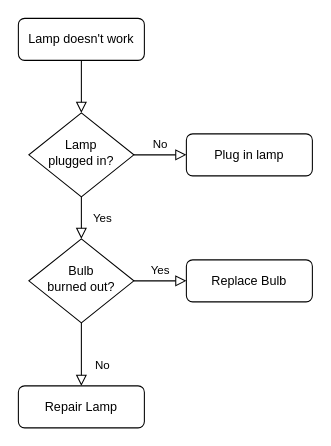
This is 未命名绘图.drawio from AndyLiao2015/TestGit, a draw.io file, before an edit. Source tidied: cells renumbered, new cells numbered last; positions are measured from the earlier drawing's top-left corner, leaving out a move shared by most shapes. Both pictures are drawn from the tidied source at 105%, with x=0, y=0 at pixel (18, 18).
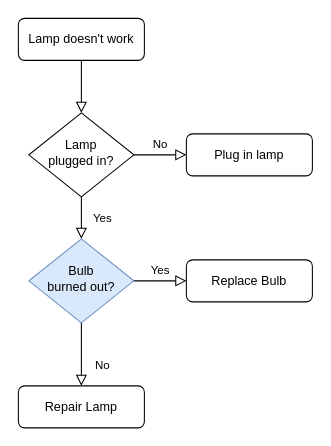
After the change.

Change to the diagram source:
```diff
@@
 <mxGraphModel>
   <root>
     <mxCell id="0" />
     <mxCell id="1" parent="0" />
     <mxCell id="2" style="rounded=0;html=1;jettySize=auto;fontSize=11;endArrow=block;endFill=0;endSize=8;strokeWidth=1;shadow=0;labelBackgroundColor=none;edgeStyle=orthogonalEdgeStyle;" parent="1" edge="1" source="3" target="6">
       <mxGeometry relative="1" as="geometry" />
     </mxCell>
     <mxCell id="3" value="Lamp doesn't work" style="rounded=1;whiteSpace=wrap;html=1;fontSize=12;glass=0;strokeWidth=1;shadow=0;" parent="1" vertex="1">
       <mxGeometry width="120" height="40" as="geometry" />
     </mxCell>
     <mxCell id="4" value="Yes" style="rounded=0;html=1;jettySize=auto;fontSize=11;endArrow=block;endFill=0;endSize=8;strokeWidth=1;shadow=0;labelBackgroundColor=none;edgeStyle=orthogonalEdgeStyle;" parent="1" edge="1" source="6" target="10">
       <mxGeometry y="20" relative="1" as="geometry" />
     </mxCell>
     <mxCell id="5" value="No" style="edgeStyle=orthogonalEdgeStyle;rounded=0;html=1;jettySize=auto;fontSize=11;endArrow=block;endFill=0;endSize=8;strokeWidth=1;shadow=0;labelBackgroundColor=none;" parent="1" edge="1" source="6" target="7">
       <mxGeometry y="10" relative="1" as="geometry" />
     </mxCell>
     <mxCell id="6" value="Lamp&lt;br&gt;plugged in?" style="rhombus;whiteSpace=wrap;html=1;shadow=0;fontFamily=Helvetica;fontSize=12;align=center;strokeWidth=1;spacing=6;spacingTop=-4;" parent="1" vertex="1">
       <mxGeometry x="10" y="90" width="100" height="80" as="geometry" />
     </mxCell>
     <mxCell id="7" value="Plug in lamp" style="rounded=1;whiteSpace=wrap;html=1;fontSize=12;glass=0;strokeWidth=1;shadow=0;" parent="1" vertex="1">
       <mxGeometry x="160" y="110" width="120" height="40" as="geometry" />
     </mxCell>
     <mxCell id="8" value="No" style="rounded=0;html=1;jettySize=auto;fontSize=11;endArrow=block;endFill=0;endSize=8;strokeWidth=1;shadow=0;labelBackgroundColor=none;edgeStyle=orthogonalEdgeStyle;" parent="1" edge="1" source="10" target="11">
       <mxGeometry x="0.33" y="20" relative="1" as="geometry" />
     </mxCell>
     <mxCell id="9" value="Yes" style="edgeStyle=orthogonalEdgeStyle;rounded=0;html=1;jettySize=auto;fontSize=11;endArrow=block;endFill=0;endSize=8;strokeWidth=1;shadow=0;labelBackgroundColor=none;" parent="1" edge="1" source="10" target="12">
       <mxGeometry y="10" relative="1" as="geometry" />
     </mxCell>
-    <mxCell id="10" value="Bulb&lt;br&gt;burned out?" style="rhombus;whiteSpace=wrap;html=1;shadow=0;fontFamily=Helvetica;fontSize=12;align=center;strokeWidth=1;spacing=6;spacingTop=-4;" parent="1" vertex="1">
+    <mxCell id="10" value="Bulb&lt;br&gt;burned out?" style="rhombus;whiteSpace=wrap;html=1;shadow=0;fontFamily=Helvetica;fontSize=12;align=center;strokeWidth=1;spacing=6;spacingTop=-4;fillColor=#dae8fc;strokeColor=#6c8ebf;" parent="1" vertex="1">
       <mxGeometry x="10" y="210" width="100" height="80" as="geometry" />
     </mxCell>
     <mxCell id="11" value="Repair Lamp" style="rounded=1;whiteSpace=wrap;html=1;fontSize=12;glass=0;strokeWidth=1;shadow=0;" parent="1" vertex="1">
       <mxGeometry y="350" width="120" height="40" as="geometry" />
     </mxCell>
     <mxCell id="12" value="Replace Bulb" style="rounded=1;whiteSpace=wrap;html=1;fontSize=12;glass=0;strokeWidth=1;shadow=0;" parent="1" vertex="1">
       <mxGeometry x="160" y="230" width="120" height="40" as="geometry" />
     </mxCell>
   </root>
 </mxGraphModel>
```
